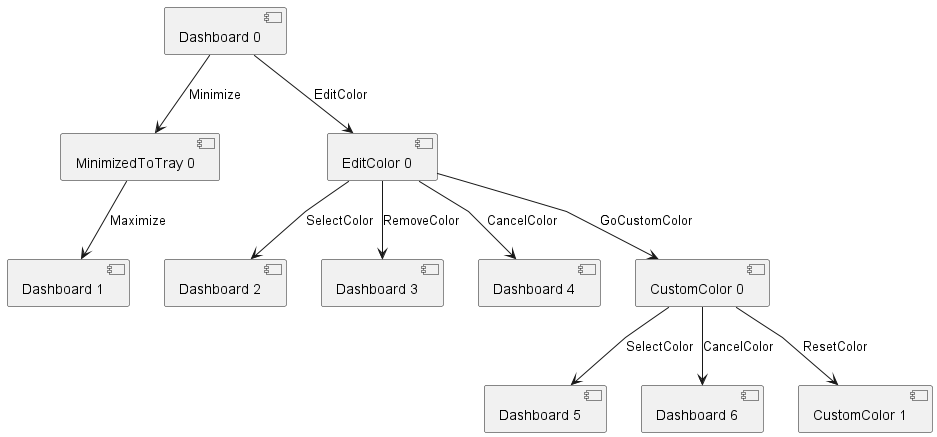
This is assignments/4_model_based_testing/transition_trees/transition_tree_3.png from JoaoCostaIFG/tvvs, a PlantUML export, as it was before one commit.
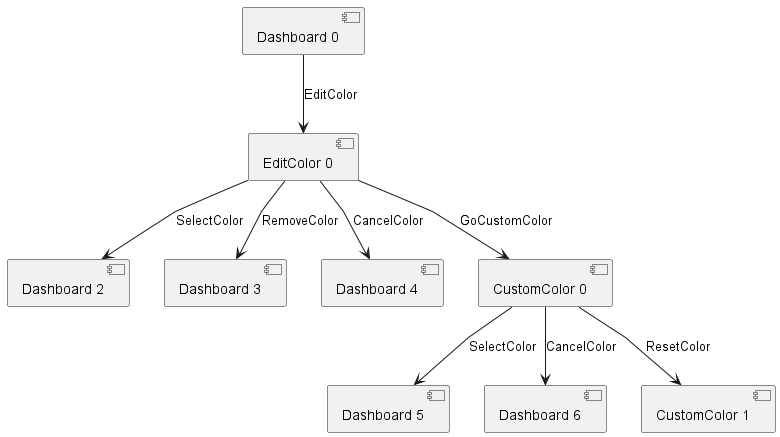
The same diagram one commit later.

Change to the diagram source:
```diff
@@ -1,10 +1,6 @@
 @startuml
 skinparam linetype polyline
-
-[Dashboard 0] -d-> [MinimizedToTray 0] : Minimize
 [Dashboard 0] -d-> [EditColor 0] : EditColor
-
-[MinimizedToTray 0] -d-> [Dashboard 1] : Maximize
 
 [EditColor 0] -d-> [Dashboard 2] : SelectColor
 [EditColor 0] -d-> [Dashboard 3] : RemoveColor
```
